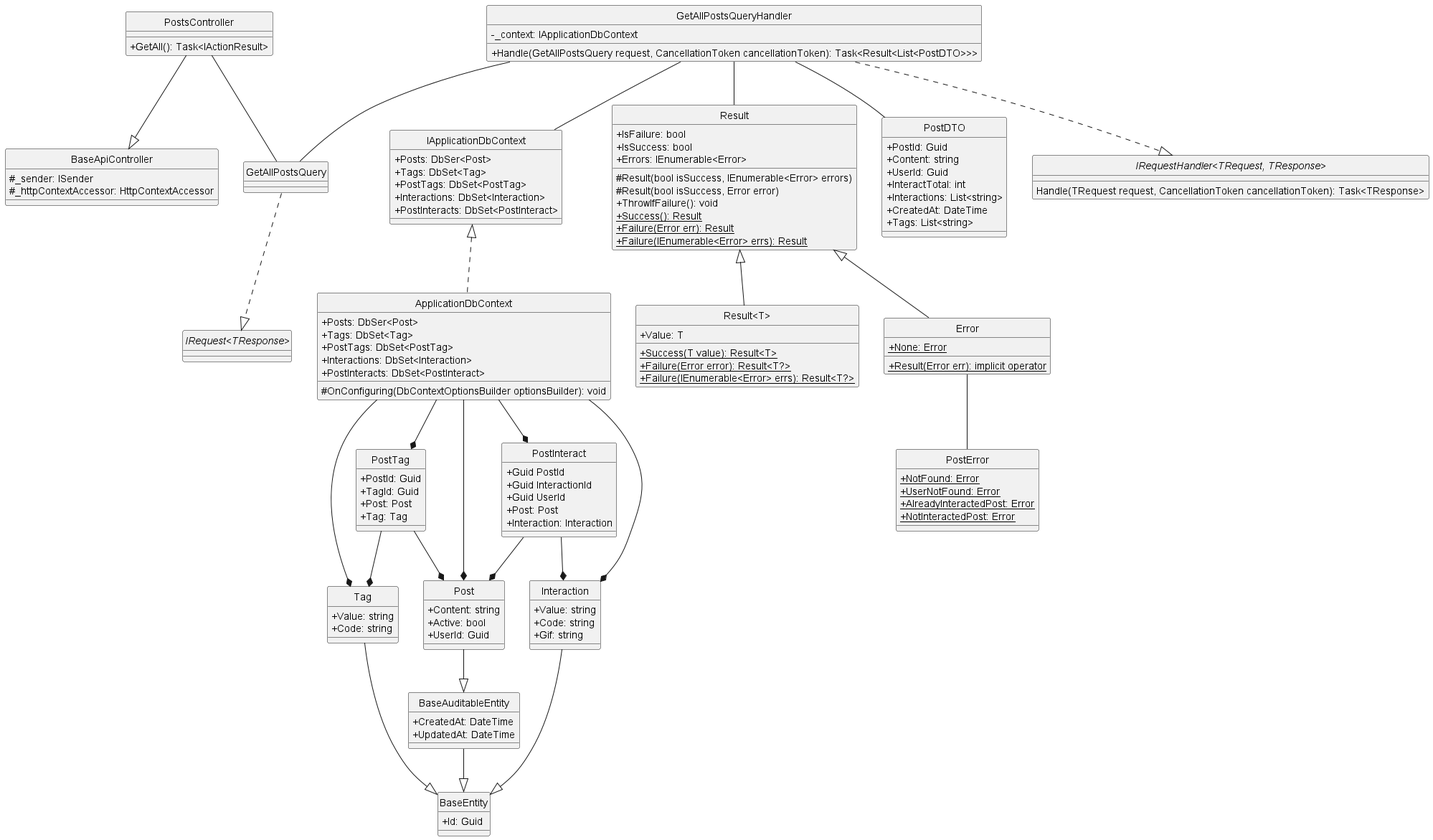
Carl-Johnsons/Chat-Application keeps this PlantUML diagram as docs/Class Diagram/Post/Post/GetAllPost/ClassDiagram/getAllPost.png. Above is the earlier version.
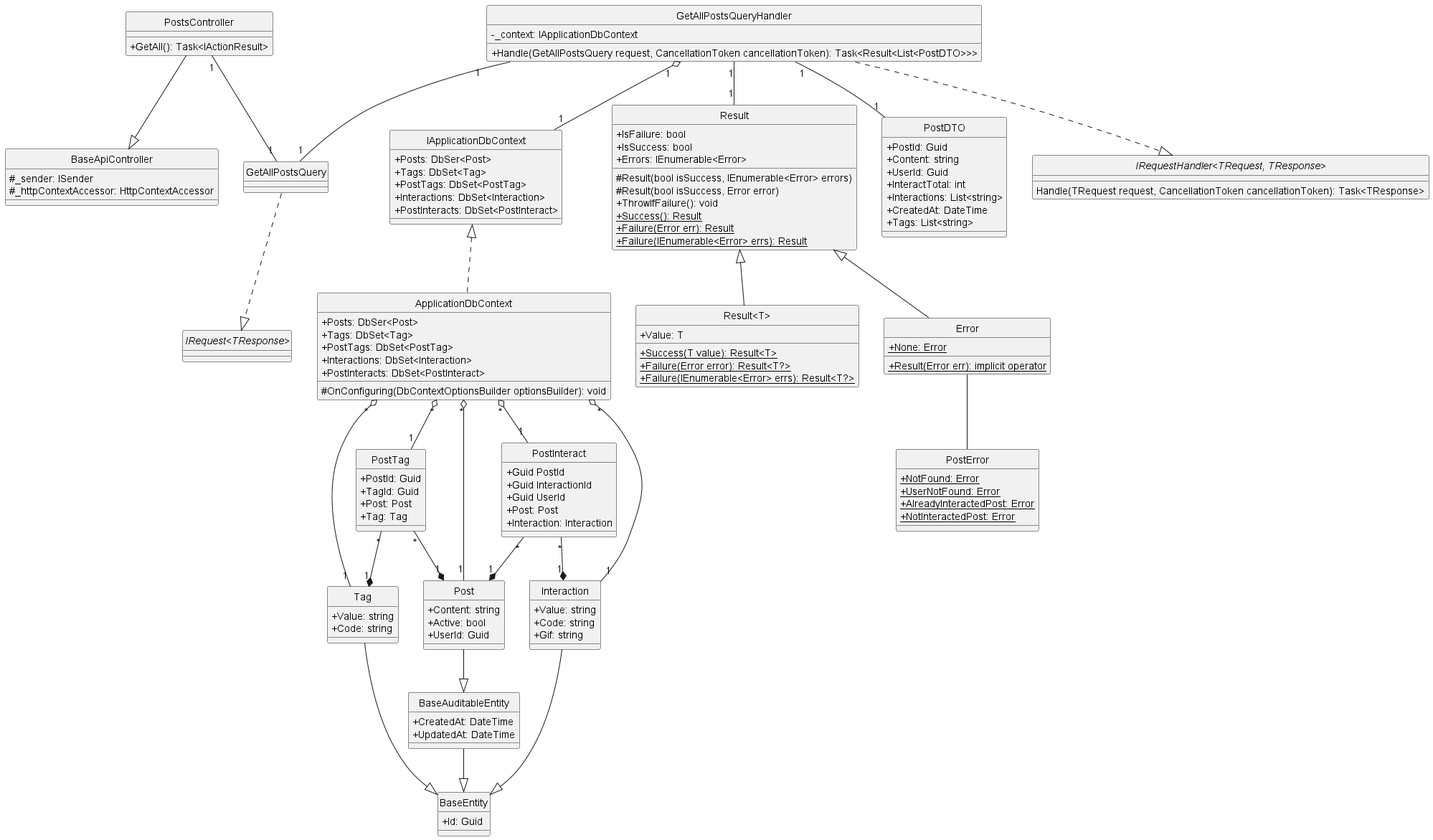
Later version of the same file.

Diff of the diagram source:
```diff
@@ -123,13 +123,13 @@
 }
 
 PostsController --|> BaseApiController
-PostsController -- GetAllPostsQuery
+PostsController "1"--"1" GetAllPostsQuery
 GetAllPostsQuery ..|> "IRequest<TResponse>"
 GetAllPostsQueryHandler ..|> "IRequestHandler<TRequest, TResponse>"
-GetAllPostsQueryHandler -- GetAllPostsQuery
-GetAllPostsQueryHandler -- Result
-GetAllPostsQueryHandler -- IApplicationDbContext
-GetAllPostsQueryHandler -- PostDTO
+GetAllPostsQueryHandler "1"--"1" GetAllPostsQuery
+GetAllPostsQueryHandler "1"--"1" Result
+GetAllPostsQueryHandler "1" o--"1" IApplicationDbContext
+GetAllPostsQueryHandler "1"--"1" PostDTO
 Result <|-- Error
 Result <|-- "Result<T>"
 Error -- PostError
@@ -137,14 +137,14 @@
 Interaction --|> BaseEntity
 Post --|> BaseAuditableEntity
 BaseAuditableEntity --|> BaseEntity
-PostTag --* Post
-PostTag --* Tag
-PostInteract --* Post
-PostInteract --* Interaction
+PostTag "*"--*"1" Post
+PostTag "*"--*"1" Tag
+PostInteract "*"--*"1" Post
+PostInteract "*"--*"1" Interaction
 IApplicationDbContext <|.. ApplicationDbContext
-ApplicationDbContext --* Tag
-ApplicationDbContext --* Post
-ApplicationDbContext --* PostTag
-ApplicationDbContext --* Interaction
-ApplicationDbContext --* PostInteract
+ApplicationDbContext "*" o--"1" Tag
+ApplicationDbContext "*" o--"1" Post
+ApplicationDbContext "*" o--"1" PostTag
+ApplicationDbContext "*" o--"1" Interaction
+ApplicationDbContext "*" o--"1" PostInteract
 @enduml
```
